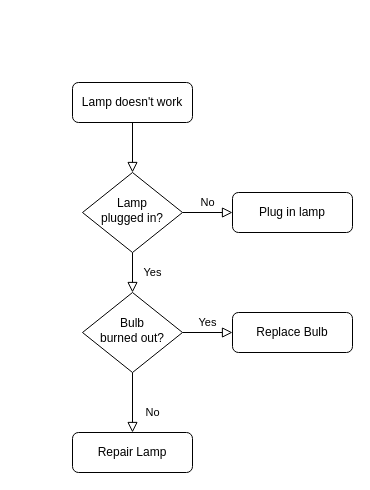
Earlier version of the draw.io diagram 0.drawio (doalter/drawio). Source tidied: cells renumbered, new cells numbered last; positions are measured from the earlier drawing's top-left corner, leaving out a move shared by most shapes. Both pictures are drawn from the tidied source at 100%, with x=0, y=0 at pixel (72, 82).
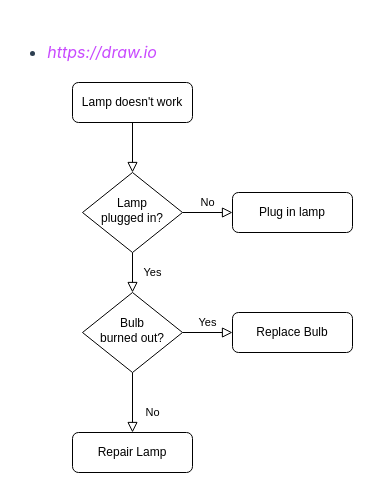
Above is the later version.

What changed in the source:
```diff
@@
 <mxGraphModel>
   <root>
     <mxCell id="0" />
     <mxCell id="1" parent="0" />
     <mxCell id="2" style="rounded=0;html=1;jettySize=auto;fontSize=11;endArrow=block;endFill=0;endSize=8;strokeWidth=1;shadow=0;labelBackgroundColor=none;edgeStyle=orthogonalEdgeStyle;" parent="1" edge="1" source="3" target="6">
       <mxGeometry relative="1" as="geometry" />
     </mxCell>
     <mxCell id="3" value="Lamp doesn't work" style="rounded=1;whiteSpace=wrap;html=1;fontSize=12;glass=0;strokeWidth=1;shadow=0;" parent="1" vertex="1">
       <mxGeometry width="120" height="40" as="geometry" />
     </mxCell>
     <mxCell id="4" value="Yes" style="rounded=0;html=1;jettySize=auto;fontSize=11;endArrow=block;endFill=0;endSize=8;strokeWidth=1;shadow=0;labelBackgroundColor=none;edgeStyle=orthogonalEdgeStyle;" parent="1" edge="1" source="6" target="10">
       <mxGeometry y="20" relative="1" as="geometry" />
     </mxCell>
     <mxCell id="5" value="No" style="edgeStyle=orthogonalEdgeStyle;rounded=0;html=1;jettySize=auto;fontSize=11;endArrow=block;endFill=0;endSize=8;strokeWidth=1;shadow=0;labelBackgroundColor=none;" parent="1" edge="1" source="6" target="7">
       <mxGeometry y="10" relative="1" as="geometry" />
     </mxCell>
     <mxCell id="6" value="Lamp&lt;br&gt;plugged in?" style="rhombus;whiteSpace=wrap;html=1;shadow=0;fontFamily=Helvetica;fontSize=12;align=center;strokeWidth=1;spacing=6;spacingTop=-4;" parent="1" vertex="1">
       <mxGeometry x="10" y="90" width="100" height="80" as="geometry" />
     </mxCell>
     <mxCell id="7" value="Plug in lamp" style="rounded=1;whiteSpace=wrap;html=1;fontSize=12;glass=0;strokeWidth=1;shadow=0;" parent="1" vertex="1">
       <mxGeometry x="160" y="110" width="120" height="40" as="geometry" />
     </mxCell>
     <mxCell id="8" value="No" style="rounded=0;html=1;jettySize=auto;fontSize=11;endArrow=block;endFill=0;endSize=8;strokeWidth=1;shadow=0;labelBackgroundColor=none;edgeStyle=orthogonalEdgeStyle;" parent="1" edge="1" source="10" target="11">
       <mxGeometry x="0.33" y="20" relative="1" as="geometry" />
     </mxCell>
     <mxCell id="9" value="Yes" style="edgeStyle=orthogonalEdgeStyle;rounded=0;html=1;jettySize=auto;fontSize=11;endArrow=block;endFill=0;endSize=8;strokeWidth=1;shadow=0;labelBackgroundColor=none;" parent="1" edge="1" source="10" target="12">
       <mxGeometry y="10" relative="1" as="geometry" />
     </mxCell>
     <mxCell id="10" value="Bulb&lt;br&gt;burned out?" style="rhombus;whiteSpace=wrap;html=1;shadow=0;fontFamily=Helvetica;fontSize=12;align=center;strokeWidth=1;spacing=6;spacingTop=-4;" parent="1" vertex="1">
       <mxGeometry x="10" y="210" width="100" height="80" as="geometry" />
     </mxCell>
     <mxCell id="11" value="Repair Lamp" style="rounded=1;whiteSpace=wrap;html=1;fontSize=12;glass=0;strokeWidth=1;shadow=0;" parent="1" vertex="1">
       <mxGeometry y="350" width="120" height="40" as="geometry" />
     </mxCell>
     <mxCell id="12" value="Replace Bulb" style="rounded=1;whiteSpace=wrap;html=1;fontSize=12;glass=0;strokeWidth=1;shadow=0;" parent="1" vertex="1">
       <mxGeometry x="160" y="230" width="120" height="40" as="geometry" />
     </mxCell>
+    <mxCell id="13" value="&lt;ul style=&quot;padding-left: 1.2em; line-height: 1.7; color: rgb(44, 62, 80); font-family: -apple-system, &amp;quot;system-ui&amp;quot;, &amp;quot;Segoe UI&amp;quot;, Roboto, Oxygen, Ubuntu, Cantarell, &amp;quot;Fira Sans&amp;quot;, &amp;quot;Droid Sans&amp;quot;, &amp;quot;Helvetica Neue&amp;quot;, sans-serif; font-size: 16px; text-align: start;&quot;&gt;&lt;li&gt;&lt;em style=&quot;color: rgb(200, 73, 255);&quot;&gt;https://draw.io&lt;/em&gt;&lt;/li&gt;&lt;/ul&gt;" style="text;html=1;align=center;verticalAlign=middle;strokeColor=none;fillColor=none;" parent="1" vertex="1">
+      <mxGeometry x="-55" y="-65" width="150" height="70" as="geometry" />
+    </mxCell>
   </root>
 </mxGraphModel>
```
